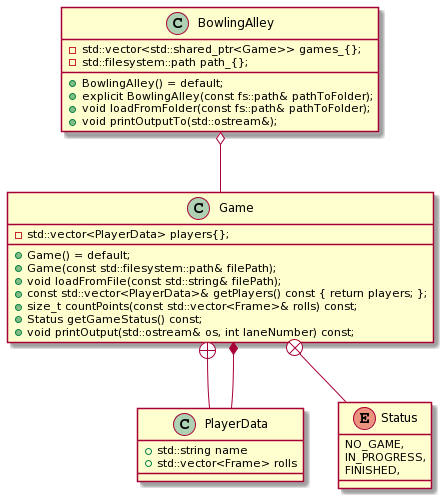
The PlantUML diagram bowling/img/UML.png in WojtekMs/testing, before a commit.
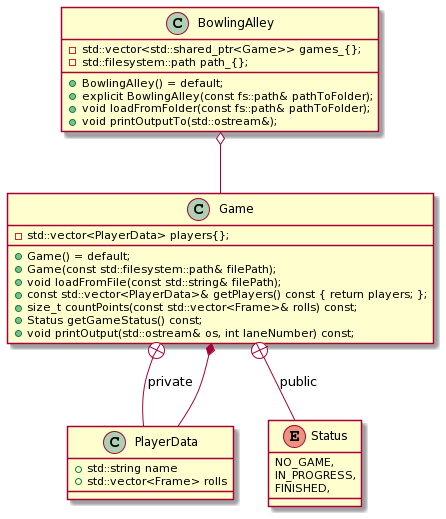
After the change.

Commit message:
uml diagram update

What changed in the source:
```diff
@@ -28,8 +28,8 @@
     +void loadFromFolder(const fs::path& pathToFolder);
     +void printOutputTo(std::ostream&);
 }
-Game +-- PlayerData
-Game +-- Status
+Game +--  PlayerData : private
+Game +-- Status : public
 Game *-- PlayerData
 BowlingAlley o-- Game
 @enduml
```
